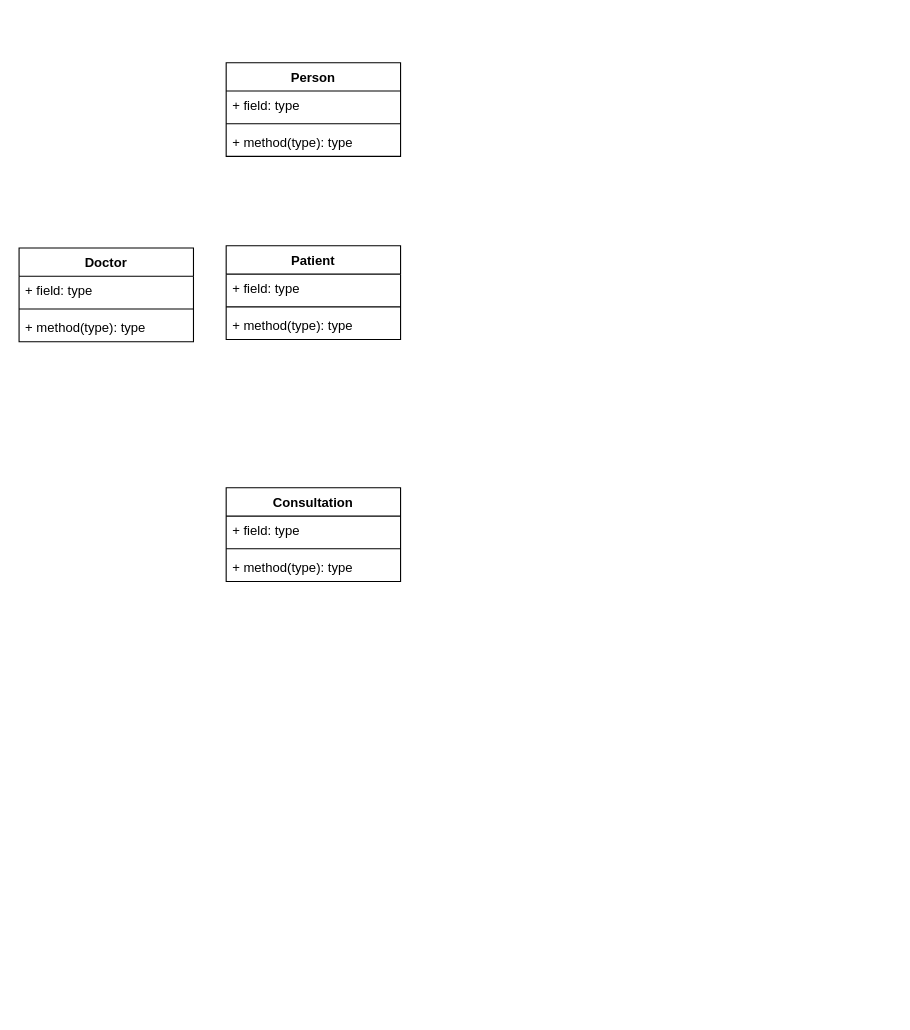
Before: design/Untitled Diagram.drawio in dovh-me/oop-consultationManager, a draw.io diagram. Source tidied: cells renumbered, new cells numbered last; positions are measured from the earlier drawing's top-left corner, leaving out a move shared by most shapes. Both pictures are drawn from the tidied source at 109%, with x=0, y=0 at pixel (19, 62).
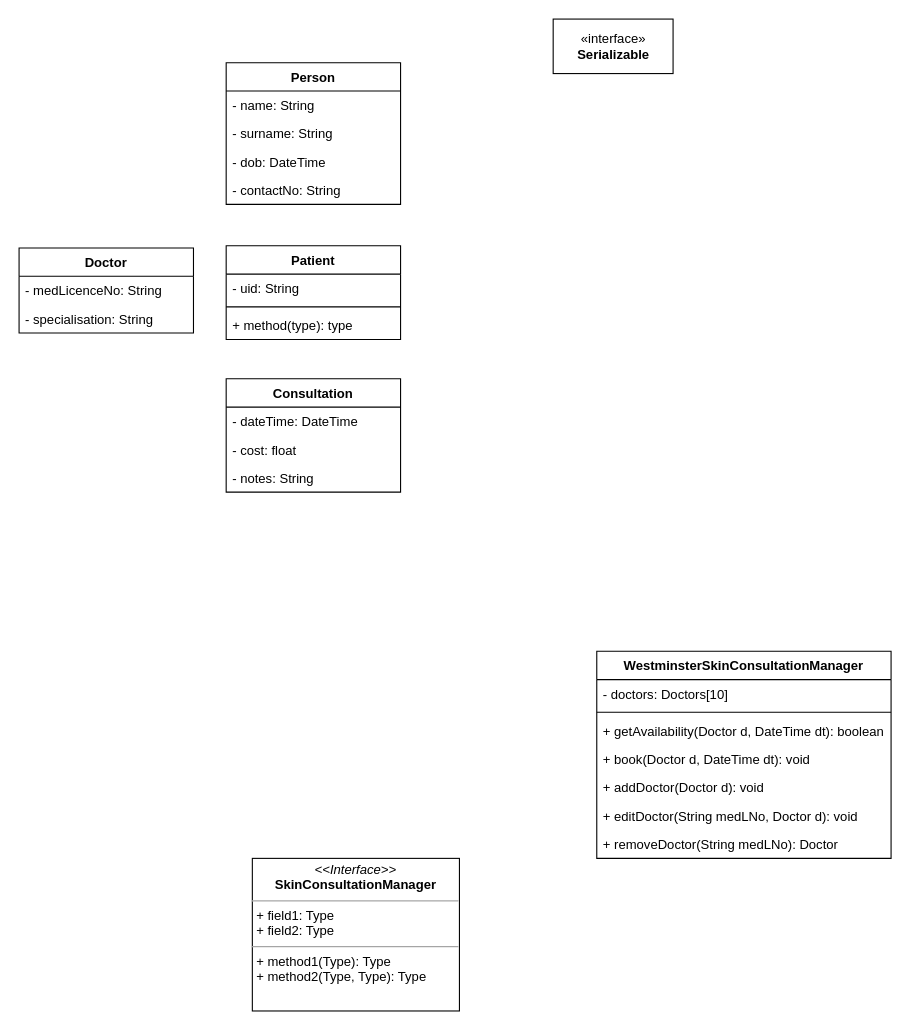
The same page after the edit.

Commit message:
Update basic classes

The change refers to these unchanged cells:
```xml
<mxCell id="10" value="Patient" style="swimlane;fontStyle=1;align=center;verticalAlign=top;horizontal=1;startSize=26;" parent="1" vertex="1">
  <mxGeometry x="190" y="168" width="160" height="86" as="geometry" />
</mxCell>
```

Diff of the diagram source:
```diff
@@
     <mxCell id="2" value="Person" style="swimlane;fontStyle=1;align=center;verticalAlign=top;horizontal=1;startSize=26;" parent="1" vertex="1">
-      <mxGeometry x="190" width="160" height="86" as="geometry" />
+      <mxGeometry x="190" width="160" height="130" as="geometry" />
     </mxCell>
-    <mxCell id="3" value="+ field: type" style="text;strokeColor=none;fillColor=none;align=left;verticalAlign=top;spacingLeft=4;spacingRight=4;overflow=hidden;" parent="2" vertex="1">
+    <mxCell id="3" value="- name: String" style="text;strokeColor=none;fillColor=none;align=left;verticalAlign=top;spacingLeft=4;spacingRight=4;overflow=hidden;" parent="2" vertex="1">
       <mxGeometry y="26" width="160" height="26" as="geometry" />
     </mxCell>
-    <mxCell id="4" style="line;strokeWidth=1;fillColor=none;align=left;verticalAlign=middle;spacingTop=-1;spacingLeft=3;spacingRight=3;labelPosition=right;strokeColor=inherit;" parent="2" vertex="1">
-      <mxGeometry y="52" width="160" height="8" as="geometry" />
-    </mxCell>
-    <mxCell id="5" value="+ method(type): type" style="text;strokeColor=none;fillColor=none;align=left;verticalAlign=top;spacingLeft=4;spacingRight=4;overflow=hidden;" parent="2" vertex="1">
-      <mxGeometry y="60" width="160" height="26" as="geometry" />
-    </mxCell>
+    <mxCell id="18" value="- surname: String" style="text;strokeColor=none;fillColor=none;align=left;verticalAlign=top;spacingLeft=4;spacingRight=4;overflow=hidden;" parent="2" vertex="1">
+      <mxGeometry y="52" width="160" height="26" as="geometry" />
+    </mxCell>
+    <mxCell id="19" value="- dob: DateTime" style="text;strokeColor=none;fillColor=none;align=left;verticalAlign=top;spacingLeft=4;spacingRight=4;overflow=hidden;" parent="2" vertex="1">
+      <mxGeometry y="78" width="160" height="26" as="geometry" />
+    </mxCell>
+    <mxCell id="20" value="- contactNo: String" style="text;strokeColor=none;fillColor=none;align=left;verticalAlign=top;spacingLeft=4;spacingRight=4;overflow=hidden;" parent="2" vertex="1">
+      <mxGeometry y="104" width="160" height="26" as="geometry" />
+    </mxCell>
     <mxCell id="6" value="Doctor" style="swimlane;fontStyle=1;align=center;verticalAlign=top;horizontal=1;startSize=26;" parent="1" vertex="1">
-      <mxGeometry y="170" width="160" height="86" as="geometry" />
+      <mxGeometry y="170" width="160" height="78" as="geometry" />
     </mxCell>
-    <mxCell id="7" value="+ field: type" style="text;strokeColor=none;fillColor=none;align=left;verticalAlign=top;spacingLeft=4;spacingRight=4;overflow=hidden;" parent="6" vertex="1">
+    <mxCell id="7" value="- medLicenceNo: String" style="text;strokeColor=none;fillColor=none;align=left;verticalAlign=top;spacingLeft=4;spacingRight=4;overflow=hidden;" parent="6" vertex="1">
       <mxGeometry y="26" width="160" height="26" as="geometry" />
     </mxCell>
-    <mxCell id="8" style="line;strokeWidth=1;fillColor=none;align=left;verticalAlign=middle;spacingTop=-1;spacingLeft=3;spacingRight=3;labelPosition=right;strokeColor=inherit;" parent="6" vertex="1">
-      <mxGeometry y="52" width="160" height="8" as="geometry" />
-    </mxCell>
-    <mxCell id="9" value="+ method(type): type" style="text;strokeColor=none;fillColor=none;align=left;verticalAlign=top;spacingLeft=4;spacingRight=4;overflow=hidden;" parent="6" vertex="1">
-      <mxGeometry y="60" width="160" height="26" as="geometry" />
+    <mxCell id="9" value="- specialisation: String" style="text;strokeColor=none;fillColor=none;align=left;verticalAlign=top;spacingLeft=4;spacingRight=4;overflow=hidden;" parent="6" vertex="1">
+      <mxGeometry y="52" width="160" height="26" as="geometry" />
     </mxCell>
@@
-    <mxCell id="11" value="+ field: type" style="text;strokeColor=none;fillColor=none;align=left;verticalAlign=top;spacingLeft=4;spacingRight=4;overflow=hidden;" parent="10" vertex="1">
+    <mxCell id="11" value="- uid: String" style="text;strokeColor=none;fillColor=none;align=left;verticalAlign=top;spacingLeft=4;spacingRight=4;overflow=hidden;" parent="10" vertex="1">
       <mxGeometry y="26" width="160" height="26" as="geometry" />
     </mxCell>
@@
     <mxCell id="14" value="Consultation" style="swimlane;fontStyle=1;align=center;verticalAlign=top;horizontal=1;startSize=26;" parent="1" vertex="1">
-      <mxGeometry x="190" y="390" width="160" height="86" as="geometry" />
+      <mxGeometry x="190" y="290" width="160" height="104" as="geometry" />
     </mxCell>
-    <mxCell id="15" value="+ field: type" style="text;strokeColor=none;fillColor=none;align=left;verticalAlign=top;spacingLeft=4;spacingRight=4;overflow=hidden;" parent="14" vertex="1">
+    <mxCell id="15" value="- dateTime: DateTime" style="text;strokeColor=none;fillColor=none;align=left;verticalAlign=top;spacingLeft=4;spacingRight=4;overflow=hidden;" parent="14" vertex="1">
       <mxGeometry y="26" width="160" height="26" as="geometry" />
     </mxCell>
-    <mxCell id="16" style="line;strokeWidth=1;fillColor=none;align=left;verticalAlign=middle;spacingTop=-1;spacingLeft=3;spacingRight=3;labelPosition=right;strokeColor=inherit;" parent="14" vertex="1">
-      <mxGeometry y="52" width="160" height="8" as="geometry" />
-    </mxCell>
-    <mxCell id="17" value="+ method(type): type" style="text;strokeColor=none;fillColor=none;align=left;verticalAlign=top;spacingLeft=4;spacingRight=4;overflow=hidden;" parent="14" vertex="1">
-      <mxGeometry y="60" width="160" height="26" as="geometry" />
-    </mxCell>
+    <mxCell id="21" value="- cost: float" style="text;strokeColor=none;fillColor=none;align=left;verticalAlign=top;spacingLeft=4;spacingRight=4;overflow=hidden;" parent="14" vertex="1">
+      <mxGeometry y="52" width="160" height="26" as="geometry" />
+    </mxCell>
+    <mxCell id="22" value="- notes: String" style="text;strokeColor=none;fillColor=none;align=left;verticalAlign=top;spacingLeft=4;spacingRight=4;overflow=hidden;" parent="14" vertex="1">
+      <mxGeometry y="78" width="160" height="26" as="geometry" />
+    </mxCell>
+    <mxCell id="23" value="WestminsterSkinConsultationManager" style="swimlane;fontStyle=1;horizontal=1;startSize=26;fillColor=none;" parent="1" vertex="1">
+      <mxGeometry x="530" y="540" width="270" height="190" as="geometry" />
+    </mxCell>
+    <mxCell id="24" value="- doctors: Doctors[10]" style="text;strokeColor=none;fillColor=none;align=left;verticalAlign=top;spacingLeft=4;spacingRight=4;overflow=hidden;" parent="23" vertex="1">
+      <mxGeometry y="26" width="270" height="26" as="geometry" />
+    </mxCell>
+    <mxCell id="25" style="line;strokeWidth=1;fillColor=none;align=left;verticalAlign=middle;spacingTop=-1;spacingLeft=3;spacingRight=3;labelPosition=right;strokeColor=inherit;" parent="23" vertex="1">
+      <mxGeometry y="52" width="270" height="8" as="geometry" />
+    </mxCell>
+    <mxCell id="26" value="+ getAvailability(Doctor d, DateTime dt): boolean" style="text;strokeColor=none;fillColor=none;align=left;verticalAlign=top;spacingLeft=4;spacingRight=4;overflow=hidden;" parent="23" vertex="1">
+      <mxGeometry y="60" width="270" height="26" as="geometry" />
+    </mxCell>
+    <mxCell id="27" value="+ book(Doctor d, DateTime dt): void" style="text;strokeColor=none;fillColor=none;align=left;verticalAlign=top;spacingLeft=4;spacingRight=4;overflow=hidden;" parent="23" vertex="1">
+      <mxGeometry y="86" width="270" height="26" as="geometry" />
+    </mxCell>
+    <mxCell id="28" value="+ addDoctor(Doctor d): void" style="text;strokeColor=none;fillColor=none;align=left;verticalAlign=top;spacingLeft=4;spacingRight=4;overflow=hidden;" parent="23" vertex="1">
+      <mxGeometry y="112" width="270" height="26" as="geometry" />
+    </mxCell>
+    <mxCell id="29" value="+ editDoctor(String medLNo, Doctor d): void" style="text;strokeColor=none;fillColor=none;align=left;verticalAlign=top;spacingLeft=4;spacingRight=4;overflow=hidden;" parent="23" vertex="1">
+      <mxGeometry y="138" width="270" height="26" as="geometry" />
+    </mxCell>
+    <mxCell id="30" value="+ removeDoctor(String medLNo): Doctor" style="text;strokeColor=none;fillColor=none;align=left;verticalAlign=top;spacingLeft=4;spacingRight=4;overflow=hidden;" parent="23" vertex="1">
+      <mxGeometry y="164" width="270" height="26" as="geometry" />
+    </mxCell>
+    <mxCell id="31" value="&lt;p style=&quot;margin:0px;margin-top:4px;text-align:center;&quot;&gt;&lt;i&gt;&amp;lt;&amp;lt;Interface&amp;gt;&amp;gt;&lt;/i&gt;&lt;br&gt;&lt;b&gt;SkinConsultationManager&lt;/b&gt;&lt;/p&gt;&lt;hr size=&quot;1&quot;&gt;&lt;p style=&quot;margin:0px;margin-left:4px;&quot;&gt;+ field1: Type&lt;br&gt;+ field2: Type&lt;/p&gt;&lt;hr size=&quot;1&quot;&gt;&lt;p style=&quot;margin:0px;margin-left:4px;&quot;&gt;+ method1(Type): Type&lt;br&gt;+ method2(Type, Type): Type&lt;/p&gt;" style="verticalAlign=top;align=left;overflow=fill;fontSize=12;fontFamily=Helvetica;html=1;" parent="1" vertex="1">
+      <mxGeometry x="214" y="730" width="190" height="140" as="geometry" />
+    </mxCell>
+    <mxCell id="32" value="«interface»&lt;br&gt;&lt;b&gt;Serializable&lt;/b&gt;" style="html=1;" parent="1" vertex="1">
+      <mxGeometry x="490" y="-40" width="110" height="50" as="geometry" />
+    </mxCell>
```
